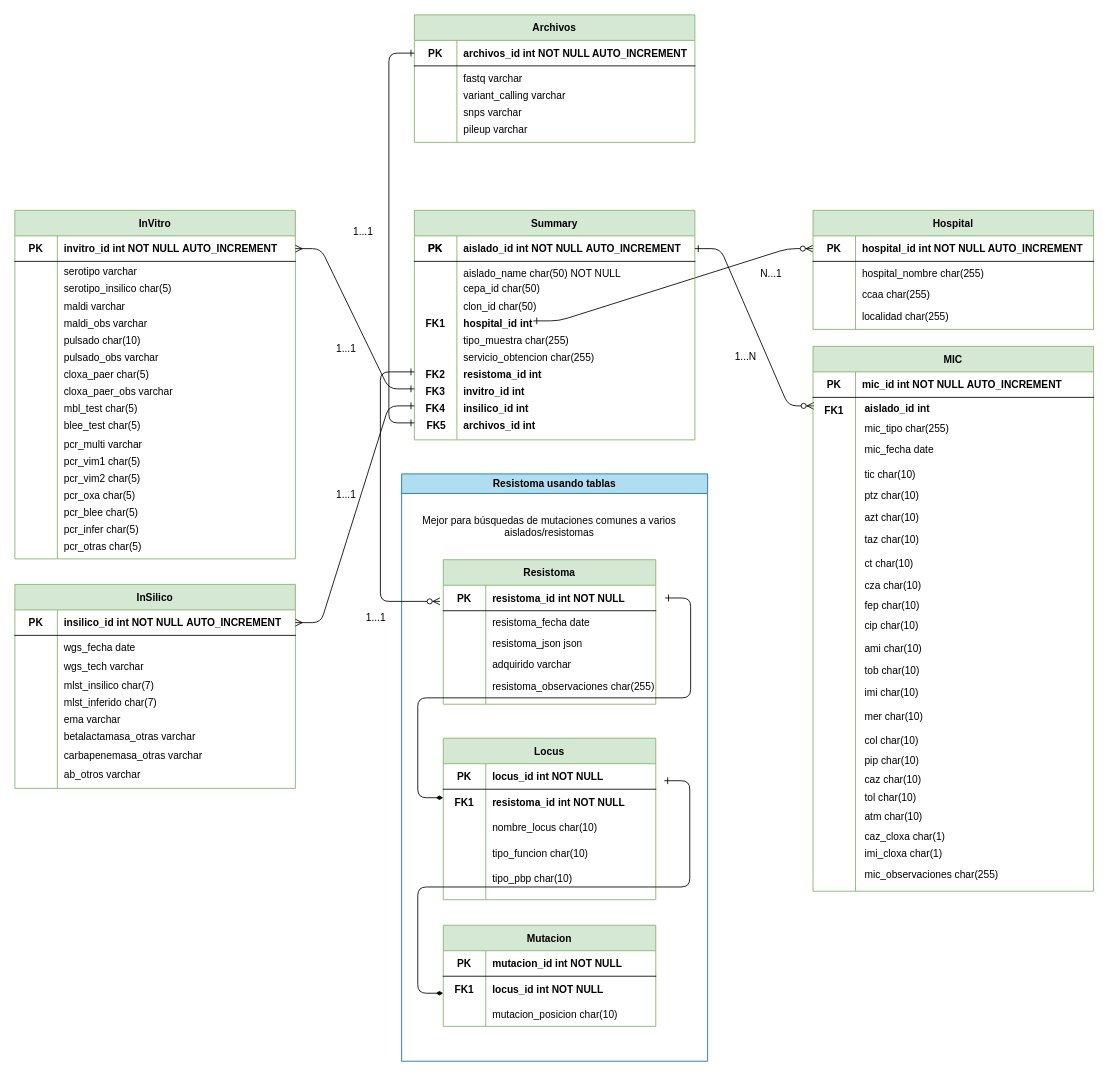
Steppewolff/BBDD_Ps keeps this draw.io diagram as page "Usando N-1" (2 of 3) of Documentos/PsDB_EntidarRelacion.drawio. Above is the earlier version. Source tidied: cells renumbered, new cells numbered last; positions are measured from the earlier drawing's top-left corner, leaving out a move shared by most shapes. Both pictures are drawn from the tidied source at 85%, with x=0, y=0 at pixel (14, 14).
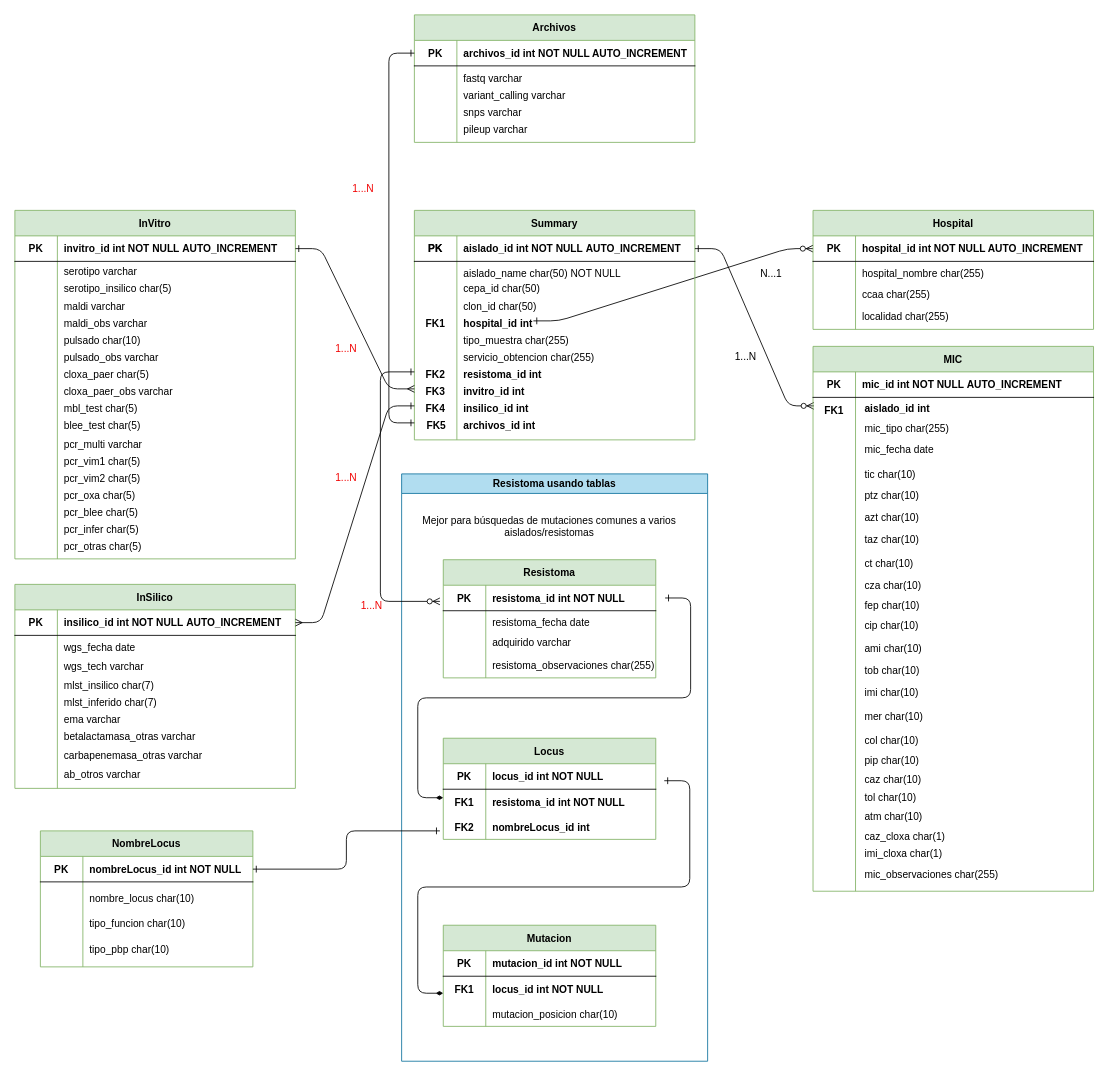
Above is the later version.

The change refers to these unchanged cells:
```xml
<mxCell id="41" style="group;" parent="1" vertex="1">
  <mxGeometry x="504" y="851" width="250" height="190" as="geometry" />
</mxCell>
<mxCell id="71" style="shape=partialRectangle;fillColor=none;points=[[0,0.5],[1,0.5]];portConstraint=eastwest;top=0;left=0;right=0;bottom=1;" parent="70" vertex="1">
  <mxGeometry y="30" width="330" height="30" as="geometry" />
</mxCell>
```

The edit, as a diff of the source:
```diff
@@
     <mxCell id="28" value="Resistoma" style="shape=table;startSize=30;childLayout=tableLayout;rowLines=0;fontStyle=1;align=center;fillColor=#d5e8d4;strokeColor=#82b366;" parent="1" vertex="1">
-      <mxGeometry x="504" y="641" width="250" height="170" as="geometry" />
+      <mxGeometry x="504" y="641" width="250" height="139" as="geometry" />
     </mxCell>
@@
     <mxCell id="32" style="shape=partialRectangle;fillColor=none;top=0;left=0;right=0;bottom=0;" parent="28" vertex="1">
-      <mxGeometry y="60" width="250" height="110" as="geometry" />
+      <mxGeometry y="60" width="250" height="79" as="geometry" />
     </mxCell>
     <mxCell id="33" style="shape=partialRectangle;overflow=hidden;fillColor=none;top=0;left=0;bottom=0;right=0;" parent="32" vertex="1">
-      <mxGeometry width="50" height="110" as="geometry" />
+      <mxGeometry width="50" height="79" as="geometry" />
     </mxCell>
     <mxCell id="34" style="shape=partialRectangle;overflow=hidden;fillColor=none;top=0;left=0;bottom=0;right=0;align=left;spacingLeft=6;" parent="32" vertex="1">
-      <mxGeometry x="50" width="200" height="110" as="geometry" />
+      <mxGeometry x="50" width="200" height="79" as="geometry" />
     </mxCell>
@@
     <mxCell id="36" value="resistoma_observaciones char(255)" style="shape=partialRectangle;overflow=hidden;fillColor=none;top=0;left=0;bottom=0;right=0;align=left;spacingLeft=6;" parent="1" vertex="1">
-      <mxGeometry x="554" y="774.5" width="200" height="30" as="geometry" />
+      <mxGeometry x="554" y="749.5" width="200" height="30" as="geometry" />
     </mxCell>
-    <mxCell id="37" value="resistoma_json json" style="shape=partialRectangle;overflow=hidden;fillColor=none;top=0;left=0;bottom=0;right=0;align=left;spacingLeft=6;" parent="1" vertex="1">
-      <mxGeometry x="554" y="724" width="200" height="30" as="geometry" />
-    </mxCell>
@@
     <mxCell id="40" value="adquirido varchar" style="shape=partialRectangle;overflow=hidden;fillColor=none;top=0;left=0;bottom=0;right=0;align=left;spacingLeft=6;" parent="1" vertex="1">
-      <mxGeometry x="554" y="748.5" width="200" height="30" as="geometry" />
+      <mxGeometry x="554" y="723.5" width="200" height="30" as="geometry" />
     </mxCell>
@@
     <mxCell id="42" value="Locus" style="shape=table;startSize=30;childLayout=tableLayout;rowLines=0;fontStyle=1;align=center;fillColor=#d5e8d4;strokeColor=#82b366;" parent="41" vertex="1">
-      <mxGeometry width="250" height="190" as="geometry" />
+      <mxGeometry width="250" height="119" as="geometry" />
     </mxCell>
@@
     <mxCell id="46" style="shape=partialRectangle;fillColor=none;top=0;left=0;right=0;bottom=0;" parent="42" vertex="1">
-      <mxGeometry y="60" width="250" height="130" as="geometry" />
+      <mxGeometry y="60" width="250" height="59" as="geometry" />
     </mxCell>
     <mxCell id="47" style="shape=partialRectangle;overflow=hidden;fillColor=none;top=0;left=0;bottom=0;right=0;" parent="46" vertex="1">
-      <mxGeometry width="50" height="130" as="geometry" />
+      <mxGeometry width="50" height="59" as="geometry" />
     </mxCell>
     <mxCell id="48" style="shape=partialRectangle;overflow=hidden;fillColor=none;top=0;left=0;bottom=0;right=0;align=left;spacingLeft=6;" parent="46" vertex="1">
-      <mxGeometry x="50" width="200" height="130" as="geometry" />
+      <mxGeometry x="50" width="200" height="59" as="geometry" />
     </mxCell>
@@
-    <mxCell id="51" value="nombre_locus char(10)" style="shape=partialRectangle;overflow=hidden;fillColor=none;top=0;left=0;bottom=0;right=0;align=left;spacingLeft=6;" parent="41" vertex="1">
+    <mxCell id="51" value="nombreLocus_id int" style="shape=partialRectangle;overflow=hidden;fillColor=none;top=0;left=0;bottom=0;right=0;align=left;spacingLeft=6;fontStyle=1;" parent="41" vertex="1">
       <mxGeometry x="50" y="90" width="200" height="30" as="geometry" />
     </mxCell>
-    <mxCell id="52" value="tipo_funcion char(10)" style="shape=partialRectangle;overflow=hidden;fillColor=none;top=0;left=0;bottom=0;right=0;align=left;spacingLeft=6;" parent="41" vertex="1">
-      <mxGeometry x="50" y="120" width="200" height="30" as="geometry" />
-    </mxCell>
-    <mxCell id="53" value="tipo_pbp char(10)" style="shape=partialRectangle;overflow=hidden;fillColor=none;top=0;left=0;bottom=0;right=0;align=left;spacingLeft=6;" parent="41" vertex="1">
-      <mxGeometry x="50" y="150" width="200" height="30" as="geometry" />
-    </mxCell>
@@
+    <mxCell id="168" value="FK2" style="shape=partialRectangle;overflow=hidden;fillColor=none;top=0;left=0;bottom=0;right=0;fontStyle=1;" parent="41" vertex="1">
+      <mxGeometry y="90" width="50" height="30" as="geometry" />
+    </mxCell>
@@
-    <mxCell id="95" style="edgeStyle=entityRelationEdgeStyle;endArrow=ERone;startArrow=ERmany;endFill=0;startFill=0;exitX=1;exitY=0.5;exitDx=0;exitDy=0;" parent="1" edge="1" source="71">
+    <mxCell id="95" style="edgeStyle=entityRelationEdgeStyle;endArrow=ERmany;startArrow=ERone;endFill=0;startFill=0;exitX=1;exitY=0.5;exitDx=0;exitDy=0;" parent="1" edge="1" source="71">
       <mxGeometry relative="1" as="geometry">
         <mxPoint x="470" y="440" as="targetPoint" />
       </mxGeometry>
     </mxCell>
-    <mxCell id="96" value="1...1" style="text;html=1;strokeColor=none;fillColor=none;align=center;verticalAlign=middle;whiteSpace=wrap;rounded=0;" parent="1" vertex="1">
+    <mxCell id="96" value="&lt;font color=&quot;#f10404&quot;&gt;1...N&lt;/font&gt;" style="text;html=1;strokeColor=none;fillColor=none;align=center;verticalAlign=middle;whiteSpace=wrap;rounded=0;" parent="1" vertex="1">
       <mxGeometry x="360" y="378" width="60" height="30" as="geometry" />
     </mxCell>
@@
-    <mxCell id="116" value="1...1" style="text;html=1;strokeColor=none;fillColor=none;align=center;verticalAlign=middle;whiteSpace=wrap;rounded=0;" parent="1" vertex="1">
-      <mxGeometry x="360" y="550" width="60" height="30" as="geometry" />
-    </mxCell>
@@
-    <mxCell id="151" value="1...1" style="text;html=1;strokeColor=none;fillColor=none;align=center;verticalAlign=middle;whiteSpace=wrap;rounded=0;" parent="1" vertex="1">
-      <mxGeometry x="395" y="694" width="60" height="30" as="geometry" />
-    </mxCell>
@@
-    <mxCell id="165" value="1...1" style="text;html=1;strokeColor=none;fillColor=none;align=center;verticalAlign=middle;whiteSpace=wrap;rounded=0;" parent="1" vertex="1">
-      <mxGeometry x="380" y="240" width="60" height="30" as="geometry" />
-    </mxCell>
@@
+    <mxCell id="169" style="group;" parent="1" vertex="1">
+      <mxGeometry x="30" y="960" width="250" height="190" as="geometry" />
+    </mxCell>
+    <mxCell id="170" value="NombreLocus" style="shape=table;startSize=30;childLayout=tableLayout;rowLines=0;fontStyle=1;align=center;fillColor=#d5e8d4;strokeColor=#82b366;" parent="169" vertex="1">
+      <mxGeometry width="250" height="160" as="geometry" />
+    </mxCell>
+    <mxCell id="171" style="shape=partialRectangle;fillColor=none;points=[[0,0.5],[1,0.5]];portConstraint=eastwest;top=0;left=0;right=0;bottom=1;" parent="170" vertex="1">
+      <mxGeometry y="30" width="250" height="30" as="geometry" />
+    </mxCell>
+    <mxCell id="172" value="PK" style="shape=partialRectangle;overflow=hidden;fillColor=none;top=0;left=0;bottom=0;right=0;fontStyle=1;" parent="171" vertex="1">
+      <mxGeometry width="50" height="30" as="geometry" />
+    </mxCell>
+    <mxCell id="173" value="nombreLocus_id int NOT NULL" style="shape=partialRectangle;overflow=hidden;fillColor=none;top=0;left=0;bottom=0;right=0;align=left;spacingLeft=6;fontStyle=1;" parent="171" vertex="1">
+      <mxGeometry x="50" width="200" height="30" as="geometry" />
+    </mxCell>
+    <mxCell id="174" style="shape=partialRectangle;fillColor=none;top=0;left=0;right=0;bottom=0;" parent="170" vertex="1">
+      <mxGeometry y="60" width="250" height="100" as="geometry" />
+    </mxCell>
+    <mxCell id="175" style="shape=partialRectangle;overflow=hidden;fillColor=none;top=0;left=0;bottom=0;right=0;" parent="174" vertex="1">
+      <mxGeometry width="50" height="100" as="geometry" />
+    </mxCell>
+    <mxCell id="176" style="shape=partialRectangle;overflow=hidden;fillColor=none;top=0;left=0;bottom=0;right=0;align=left;spacingLeft=6;" parent="174" vertex="1">
+      <mxGeometry x="50" width="200" height="100" as="geometry" />
+    </mxCell>
+    <mxCell id="177" value="nombre_locus char(10)" style="shape=partialRectangle;overflow=hidden;fillColor=none;top=0;left=0;bottom=0;right=0;align=left;spacingLeft=6;" parent="169" vertex="1">
+      <mxGeometry x="50" y="64" width="200" height="30" as="geometry" />
+    </mxCell>
+    <mxCell id="52" value="tipo_funcion char(10)" style="shape=partialRectangle;overflow=hidden;fillColor=none;top=0;left=0;bottom=0;right=0;align=left;spacingLeft=6;" parent="169" vertex="1">
+      <mxGeometry x="50" y="94" width="200" height="30" as="geometry" />
+    </mxCell>
+    <mxCell id="53" value="tipo_pbp char(10)" style="shape=partialRectangle;overflow=hidden;fillColor=none;top=0;left=0;bottom=0;right=0;align=left;spacingLeft=6;" parent="169" vertex="1">
+      <mxGeometry x="50" y="124" width="200" height="30" as="geometry" />
+    </mxCell>
+    <mxCell id="178" style="endArrow=ERone;html=1;rounded=1;entryX=1;entryY=0.5;entryDx=0;entryDy=0;edgeStyle=elbowEdgeStyle;startArrow=ERone;startFill=0;endFill=0;curved=0;" parent="1" edge="1" target="171">
+      <mxGeometry relative="1" as="geometry">
+        <mxPoint x="500" y="960" as="sourcePoint" />
+      </mxGeometry>
+    </mxCell>
+    <mxCell id="179" value="&lt;font color=&quot;#f10404&quot;&gt;1...N&lt;/font&gt;" style="text;html=1;strokeColor=none;fillColor=none;align=center;verticalAlign=middle;whiteSpace=wrap;rounded=0;" parent="1" vertex="1">
+      <mxGeometry x="360" y="530" width="60" height="30" as="geometry" />
+    </mxCell>
+    <mxCell id="180" value="&lt;font color=&quot;#f10404&quot;&gt;1...N&lt;/font&gt;" style="text;html=1;strokeColor=none;fillColor=none;align=center;verticalAlign=middle;whiteSpace=wrap;rounded=0;" parent="1" vertex="1">
+      <mxGeometry x="390" y="679.5" width="60" height="30" as="geometry" />
+    </mxCell>
+    <mxCell id="181" value="&lt;font color=&quot;#f10404&quot;&gt;1...N&lt;/font&gt;" style="text;html=1;strokeColor=none;fillColor=none;align=center;verticalAlign=middle;whiteSpace=wrap;rounded=0;" parent="1" vertex="1">
+      <mxGeometry x="380" y="190" width="60" height="30" as="geometry" />
+    </mxCell>
```
